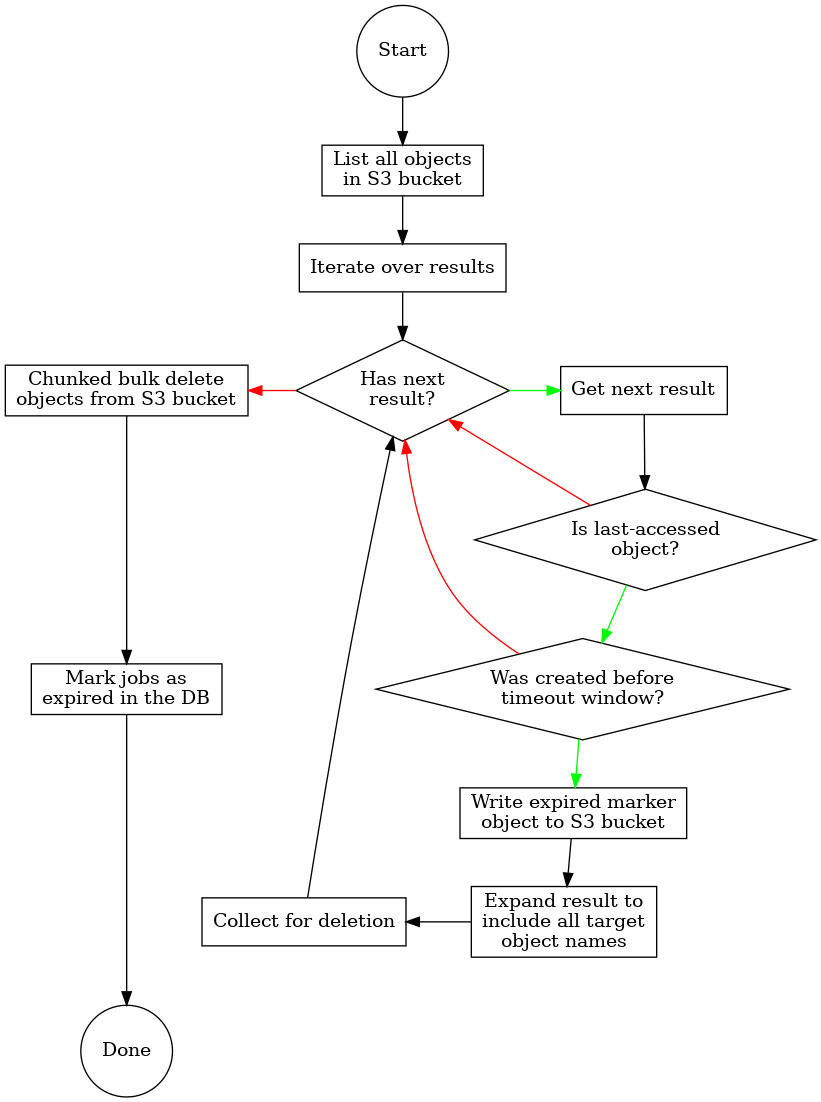
VEuPathDB/lib-compute-platform keeps this Graphviz diagram as docs/development/graphs/cache-pruning.png. Above is the earlier version. Its source is kept beside it as docs/development/graphs/cache-pruning.dot.
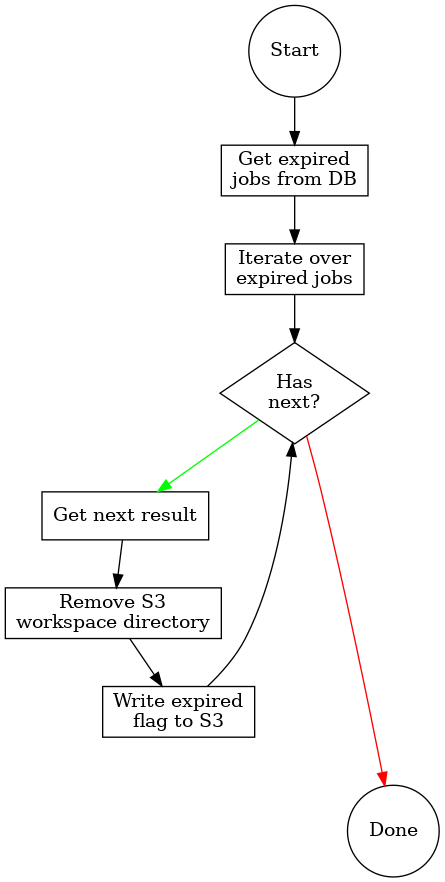
The same file after the commit.

Change to the diagram source:
```diff
@@ -6,26 +6,16 @@
     shape=circle
   ]
 
-  S3GetObjects [
-    label="List all objects\nin S3 bucket"
+  DBLookup [
+    label="Get expired\njobs from DB"
   ]
 
-  Loop [
-    label="Iterate over results"
+  ForEach [
+    label="Iterate over\nexpired jobs"
   ]
 
   HasNext [
-    label="Has next\nresult?"
-    shape=diamond
-  ]
-
-  IsLastAccessObject [
-    label="Is last-accessed\nobject?",
-    shape=diamond
-  ]
-
-  IsCreatedBefore [
-    label="Was created before\ntimeout window?",
+    label="Has\nnext?",
     shape=diamond
   ]
 
@@ -33,53 +23,28 @@
     label="Get next result"
   ]
 
-  Collect [
-    label="Collect for deletion"
+  Rmdir [
+    label="Remove S3\nworkspace directory"
   ]
 
-  S3DeleteObjects [
-    label="Chunked bulk delete\nobjects from S3 bucket"
-  ]
-
-  S3PutExpiredMarker [
-    label="Write expired marker\nobject to S3 bucket"
-  ]
-
-  Expand [
-    label="Expand result to\ninclude all target\nobject names"
-  ]
-
-  DBMark [
-    label="Mark jobs as\nexpired in the DB"
+  WriteExpired [
+    label="Write expired\nflag to S3"
   ]
 
   Done [
     shape=circle
   ]
 
-  Start -> S3GetObjects
-  S3GetObjects -> Loop
-  Loop -> HasNext
+  Start    -> DBLookup
+  DBLookup -> ForEach
+  ForEach  -> HasNext
 
   HasNext -> GetNext [color=green]
-  S3DeleteObjects -> HasNext [color=red, dir=back]
+  HasNext -> Done    [color=red]
 
-  GetNext -> IsLastAccessObject
+  GetNext -> Rmdir
+  Rmdir   -> WriteExpired
+  WriteExpired -> HasNext
 
-  IsLastAccessObject -> IsCreatedBefore [color=green]
-  IsLastAccessObject -> HasNext [color=red]
-
-  IsCreatedBefore -> S3PutExpiredMarker [color=green]
-  IsCreatedBefore -> HasNext [color=red]
-
-  S3PutExpiredMarker -> Expand
-  Collect -> Expand [dir=back]
-  Collect -> HasNext
-
-  S3DeleteObjects -> DBMark
-  DBMark -> Done
-
-  { rank=same; HasNext; GetNext; S3DeleteObjects }
-  { rank=same; Collect; Expand }
   { rank=sink; Done }
 }
```
